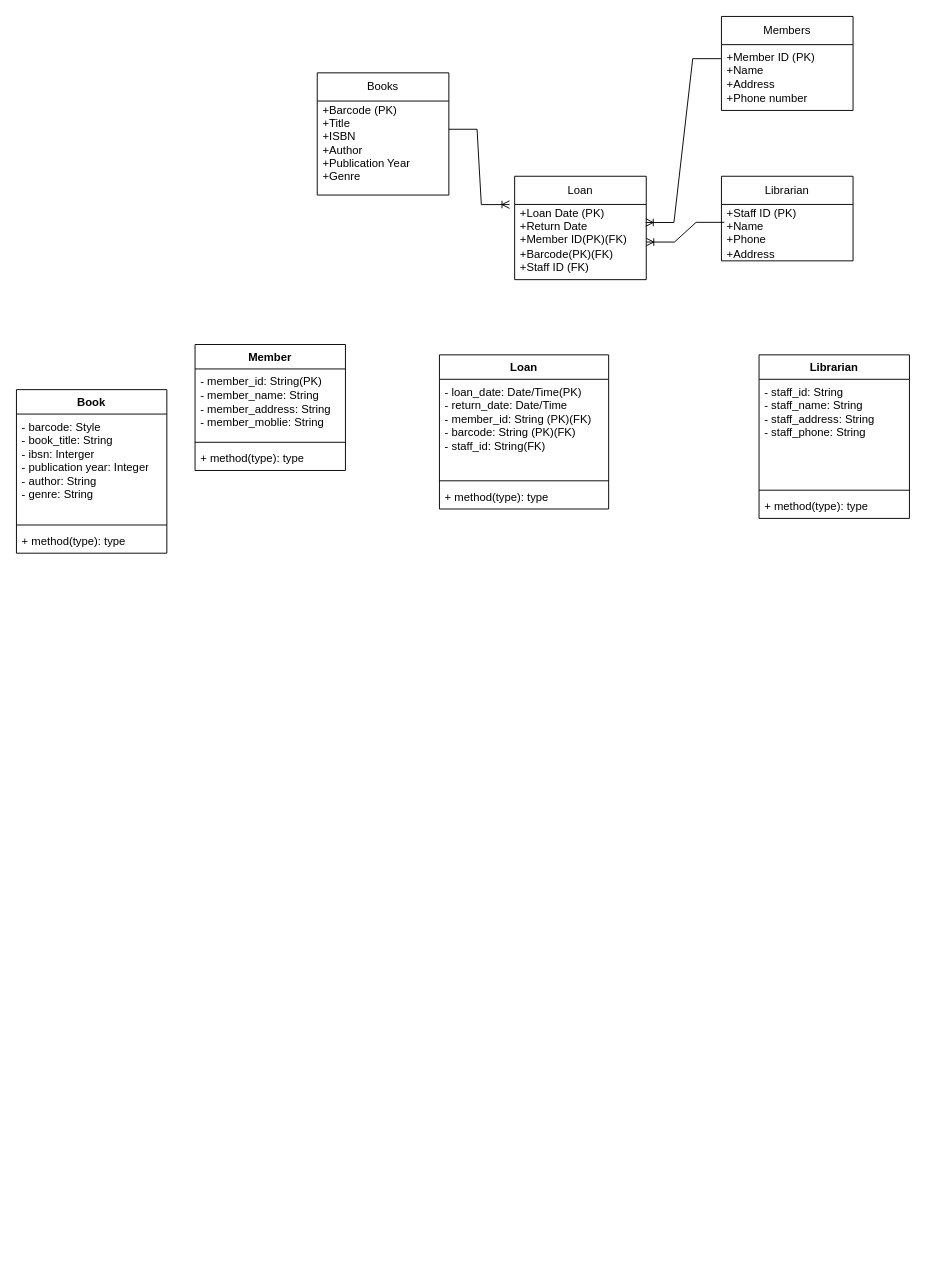
Before: Library.drawio in Colorata-07/at1, a draw.io diagram. Source tidied: cells renumbered, new cells numbered last; positions are measured from the earlier drawing's top-left corner, leaving out a move shared by most shapes. Both pictures are drawn from the tidied source at 94%, with x=0, y=0 at pixel (16, 16).
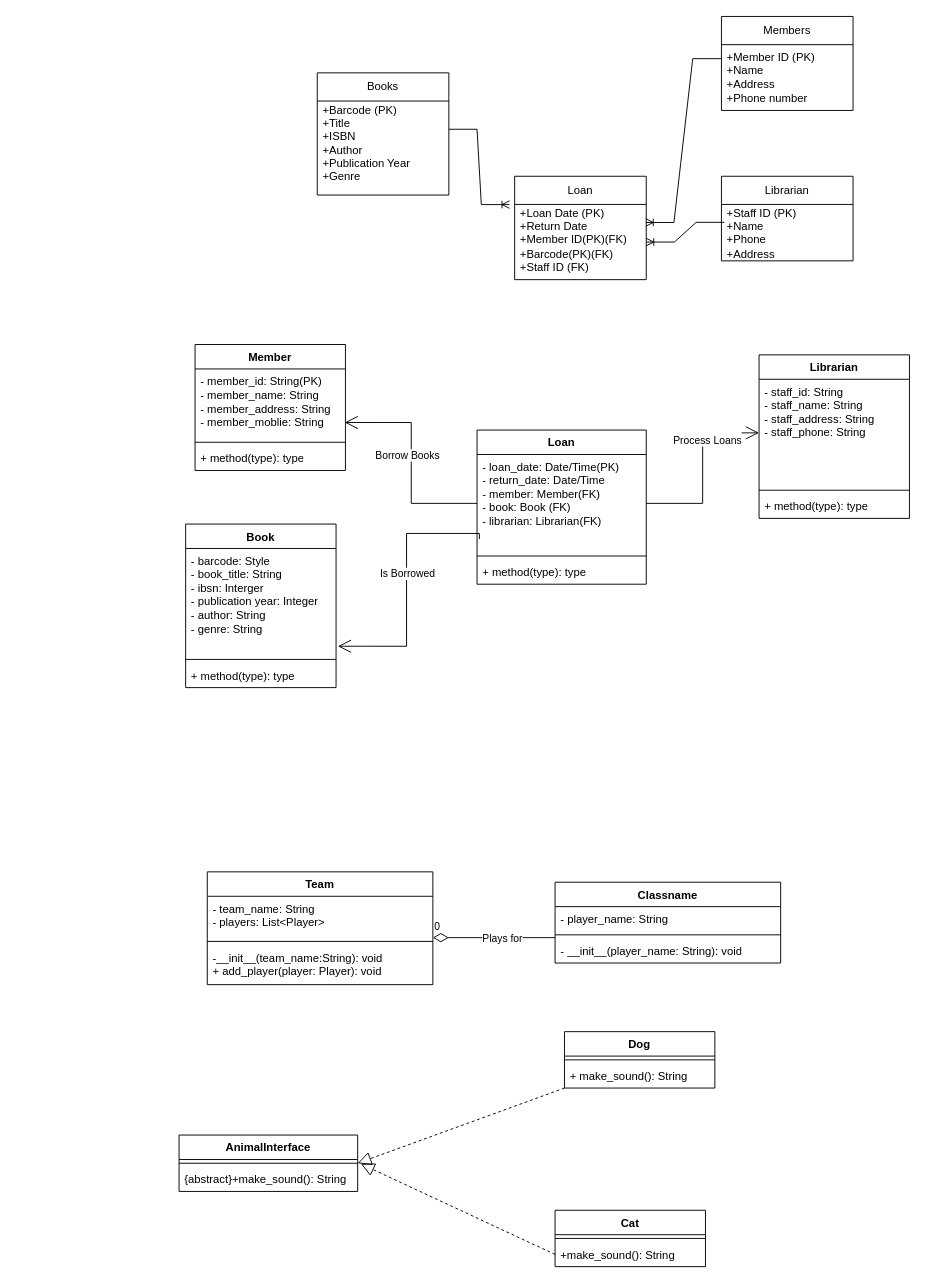
The same diagram, later.

The change refers to these unchanged cells:
```xml
<mxCell id="18" value="- member_id: String(PK)&lt;div&gt;- member_name: String&lt;/div&gt;&lt;div&gt;- member_address: String&lt;/div&gt;&lt;div&gt;- member_moblie: String&lt;/div&gt;" style="text;strokeColor=none;fillColor=none;align=left;verticalAlign=top;spacingLeft=4;spacingRight=4;overflow=hidden;points=[[0,0.5],[1,0.5]];portConstraint=eastwest;whiteSpace=wrap;html=1;" parent="17" vertex="1">
  <mxGeometry y="26" width="160" height="74" as="geometry" />
</mxCell>
<mxCell id="22" value="- staff_id: String&lt;div&gt;- staff_name: String&lt;/div&gt;&lt;div&gt;- staff_address: String&lt;/div&gt;&lt;div&gt;- staff_phone: String&lt;/div&gt;&lt;div&gt;&lt;br&gt;&lt;/div&gt;" style="text;strokeColor=none;fillColor=none;align=left;verticalAlign=top;spacingLeft=4;spacingRight=4;overflow=hidden;points=[[0,0.5],[1,0.5]];portConstraint=eastwest;whiteSpace=wrap;html=1;" parent="21" vertex="1">
  <mxGeometry y="26" width="160" height="114" as="geometry" />
</mxCell>
<mxCell id="26" value="- barcode: Style&lt;div&gt;- book_title: String&lt;/div&gt;&lt;div&gt;- ibsn: Interger&lt;/div&gt;&lt;div&gt;- publication year: Integer&lt;/div&gt;&lt;div&gt;- author: String&lt;/div&gt;&lt;div&gt;- genre: String&lt;br&gt;&lt;div&gt;&lt;br&gt;&lt;/div&gt;&lt;/div&gt;" style="text;strokeColor=none;fillColor=none;align=left;verticalAlign=top;spacingLeft=4;spacingRight=4;overflow=hidden;points=[[0,0.5],[1,0.5]];portConstraint=eastwest;whiteSpace=wrap;html=1;" parent="25" vertex="1">
  <mxGeometry y="26" width="160" height="114" as="geometry" />
</mxCell>
```

Diff of the diagram source:
```diff
@@
     <mxCell id="13" value="Loan" style="swimlane;fontStyle=1;align=center;verticalAlign=top;horizontal=1;startSize=26;whiteSpace=wrap;html=1;" parent="1" vertex="1">
-      <mxGeometry x="450" y="360" width="180" height="164" as="geometry" />
+      <mxGeometry x="490" y="440" width="180" height="164" as="geometry" />
     </mxCell>
-    <mxCell id="14" value="- loan_date: Date/Time(PK)&lt;div&gt;- return_date: Date/Time&lt;/div&gt;&lt;div&gt;- member_id: String (PK)(FK)&lt;/div&gt;&lt;div&gt;- barcode: String (PK)(FK)&lt;/div&gt;&lt;div&gt;- staff_id: String(FK)&lt;/div&gt;&lt;div&gt;&lt;br&gt;&lt;/div&gt;" style="text;strokeColor=none;fillColor=none;align=left;verticalAlign=top;spacingLeft=4;spacingRight=4;overflow=hidden;points=[[0,0.5],[1,0.5]];portConstraint=eastwest;whiteSpace=wrap;html=1;" parent="13" vertex="1">
+    <mxCell id="14" value="- loan_date: Date/Time(PK)&lt;div&gt;- return_date: Date/Time&lt;/div&gt;&lt;div&gt;- member: Member(FK)&lt;/div&gt;&lt;div&gt;- book: Book (FK)&lt;/div&gt;&lt;div&gt;- librarian: Librarian(FK)&lt;/div&gt;&lt;div&gt;&lt;br&gt;&lt;/div&gt;" style="text;strokeColor=none;fillColor=none;align=left;verticalAlign=top;spacingLeft=4;spacingRight=4;overflow=hidden;points=[[0,0.5],[1,0.5]];portConstraint=eastwest;whiteSpace=wrap;html=1;" parent="13" vertex="1">
       <mxGeometry y="26" width="180" height="104" as="geometry" />
     </mxCell>
@@
     <mxCell id="25" value="Book" style="swimlane;fontStyle=1;align=center;verticalAlign=top;horizontal=1;startSize=26;whiteSpace=wrap;html=1;" parent="1" vertex="1">
-      <mxGeometry y="397" width="160" height="174" as="geometry" />
+      <mxGeometry x="180" y="540" width="160" height="174" as="geometry" />
     </mxCell>
@@
+    <mxCell id="29" style="endArrow=open;endFill=1;endSize=12;html=1;rounded=0;entryX=0.995;entryY=0.77;entryDx=0;entryDy=0;entryPerimeter=0;edgeStyle=orthogonalEdgeStyle;" parent="1" edge="1" source="14" target="18">
+      <mxGeometry relative="1" as="geometry" />
+    </mxCell>
+    <mxCell id="30" value="Borrow Books" style="edgeLabel;html=1;align=center;verticalAlign=middle;" parent="29" vertex="1">
+      <mxGeometry x="0.08" y="5" relative="1" as="geometry" />
+    </mxCell>
+    <mxCell id="31" style="endArrow=open;endFill=1;endSize=12;html=1;rounded=0;entryX=1.012;entryY=0.912;entryDx=0;entryDy=0;entryPerimeter=0;exitX=0.014;exitY=0.865;exitDx=0;exitDy=0;exitPerimeter=0;edgeStyle=orthogonalEdgeStyle;" parent="1" edge="1" source="14" target="26">
+      <mxGeometry relative="1" as="geometry">
+        <Array as="points">
+          <mxPoint x="492" y="550" />
+          <mxPoint x="415" y="550" />
+          <mxPoint x="415" y="670" />
+        </Array>
+      </mxGeometry>
+    </mxCell>
+    <mxCell id="32" value="Is Borrowed" style="edgeLabel;html=1;align=center;verticalAlign=middle;" parent="31" vertex="1">
+      <mxGeometry x="-0.09" relative="1" as="geometry" />
+    </mxCell>
+    <mxCell id="33" style="endArrow=open;endFill=1;endSize=12;html=1;rounded=0;entryX=0;entryY=0.5;entryDx=0;entryDy=0;edgeStyle=orthogonalEdgeStyle;" parent="1" edge="1" source="14" target="22">
+      <mxGeometry relative="1" as="geometry" />
+    </mxCell>
+    <mxCell id="34" value="&lt;br&gt;Process Loans" style="edgeLabel;html=1;align=center;verticalAlign=middle;" parent="33" vertex="1">
+      <mxGeometry x="0.43" relative="1" as="geometry" />
+    </mxCell>
+    <mxCell id="35" value="Team" style="swimlane;fontStyle=1;align=center;verticalAlign=top;horizontal=1;startSize=26;whiteSpace=wrap;html=1;" parent="1" vertex="1">
+      <mxGeometry x="203" y="910" width="240" height="120" as="geometry" />
+    </mxCell>
+    <mxCell id="36" value="- team_name: String&lt;div&gt;- players: List&amp;lt;Player&amp;gt;&lt;/div&gt;" style="text;strokeColor=none;fillColor=none;align=left;verticalAlign=top;spacingLeft=4;spacingRight=4;overflow=hidden;whiteSpace=wrap;html=1;" parent="35" vertex="1">
+      <mxGeometry y="26" width="240" height="44" as="geometry" />
+    </mxCell>
+    <mxCell id="37" style="line;strokeWidth=1;fillColor=none;align=left;verticalAlign=middle;spacingTop=-1;spacingLeft=3;spacingRight=3;labelPosition=right;strokeColor=inherit;" parent="35" vertex="1">
+      <mxGeometry y="70" width="240" height="8" as="geometry" />
+    </mxCell>
+    <mxCell id="38" value="-__init__(team_name:String): void&lt;div&gt;+ add_player(player: Player): void&lt;/div&gt;" style="text;strokeColor=none;fillColor=none;align=left;verticalAlign=top;spacingLeft=4;spacingRight=4;overflow=hidden;whiteSpace=wrap;html=1;" parent="35" vertex="1">
+      <mxGeometry y="78" width="240" height="42" as="geometry" />
+    </mxCell>
+    <mxCell id="39" value="Classname" style="swimlane;fontStyle=1;align=center;verticalAlign=top;horizontal=1;startSize=26;whiteSpace=wrap;html=1;" parent="1" vertex="1">
+      <mxGeometry x="573" y="921" width="240" height="86" as="geometry" />
+    </mxCell>
+    <mxCell id="40" value="- player_name: String" style="text;strokeColor=none;fillColor=none;align=left;verticalAlign=top;spacingLeft=4;spacingRight=4;overflow=hidden;whiteSpace=wrap;html=1;" parent="39" vertex="1">
+      <mxGeometry y="26" width="240" height="26" as="geometry" />
+    </mxCell>
+    <mxCell id="41" style="line;strokeWidth=1;fillColor=none;align=left;verticalAlign=middle;spacingTop=-1;spacingLeft=3;spacingRight=3;labelPosition=right;strokeColor=inherit;" parent="39" vertex="1">
+      <mxGeometry y="52" width="240" height="8" as="geometry" />
+    </mxCell>
+    <mxCell id="42" value="- __init__(player_name: String): void" style="text;strokeColor=none;fillColor=none;align=left;verticalAlign=top;spacingLeft=4;spacingRight=4;overflow=hidden;whiteSpace=wrap;html=1;" parent="39" vertex="1">
+      <mxGeometry y="60" width="240" height="26" as="geometry" />
+    </mxCell>
+    <mxCell id="43" value="0" style="endArrow=none;html=1;endSize=12;startArrow=diamondThin;startSize=14;startFill=0;edgeStyle=orthogonalEdgeStyle;align=left;verticalAlign=bottom;rounded=0;endFill=0;" parent="1" edge="1">
+      <mxGeometry x="-1" y="3" relative="1" as="geometry">
+        <mxPoint x="443" y="980" as="sourcePoint" />
+        <mxPoint x="573" y="980" as="targetPoint" />
+      </mxGeometry>
+    </mxCell>
+    <mxCell id="44" value="Plays for" style="edgeLabel;html=1;align=center;verticalAlign=middle;" parent="43" vertex="1">
+      <mxGeometry x="0.13" relative="1" as="geometry" />
+    </mxCell>
+    <mxCell id="45" value="AnimalInterface" style="swimlane;fontStyle=1;align=center;verticalAlign=top;horizontal=1;startSize=26;whiteSpace=wrap;html=1;" parent="1" vertex="1">
+      <mxGeometry x="173" y="1190" width="190" height="60" as="geometry" />
+    </mxCell>
+    <mxCell id="46" style="line;strokeWidth=1;fillColor=none;align=left;verticalAlign=middle;spacingTop=-1;spacingLeft=3;spacingRight=3;labelPosition=right;strokeColor=inherit;" parent="45" vertex="1">
+      <mxGeometry y="26" width="190" height="8" as="geometry" />
+    </mxCell>
+    <mxCell id="47" value="{abstract}+make_sound(): String" style="text;strokeColor=none;fillColor=none;align=left;verticalAlign=top;spacingLeft=4;spacingRight=4;overflow=hidden;points=[[0,0.5],[1,0.5]];portConstraint=eastwest;whiteSpace=wrap;html=1;" parent="45" vertex="1">
+      <mxGeometry y="34" width="190" height="26" as="geometry" />
+    </mxCell>
+    <mxCell id="48" value="Dog" style="swimlane;fontStyle=1;align=center;verticalAlign=top;horizontal=1;startSize=26;whiteSpace=wrap;html=1;" parent="1" vertex="1">
+      <mxGeometry x="583" y="1080" width="160" height="60" as="geometry" />
+    </mxCell>
+    <mxCell id="49" style="line;strokeWidth=1;fillColor=none;align=left;verticalAlign=middle;spacingTop=-1;spacingLeft=3;spacingRight=3;labelPosition=right;strokeColor=inherit;" parent="48" vertex="1">
+      <mxGeometry y="26" width="160" height="8" as="geometry" />
+    </mxCell>
+    <mxCell id="50" style="endArrow=block;dashed=1;endFill=0;endSize=12;html=1;rounded=0;entryX=1;entryY=0.5;entryDx=0;entryDy=0;" parent="48" edge="1" target="45">
+      <mxGeometry relative="1" as="geometry">
+        <mxPoint y="60" as="sourcePoint" />
+      </mxGeometry>
+    </mxCell>
+    <mxCell id="51" value="+ make_sound(): String" style="text;strokeColor=none;fillColor=none;align=left;verticalAlign=top;spacingLeft=4;spacingRight=4;overflow=hidden;whiteSpace=wrap;html=1;" parent="48" vertex="1">
+      <mxGeometry y="34" width="160" height="26" as="geometry" />
+    </mxCell>
+    <mxCell id="52" value="Cat" style="swimlane;fontStyle=1;align=center;verticalAlign=top;horizontal=1;startSize=26;whiteSpace=wrap;html=1;" parent="1" vertex="1">
+      <mxGeometry x="573" y="1270" width="160" height="60" as="geometry" />
+    </mxCell>
+    <mxCell id="53" style="line;strokeWidth=1;fillColor=none;align=left;verticalAlign=middle;spacingTop=-1;spacingLeft=3;spacingRight=3;labelPosition=right;strokeColor=inherit;" parent="52" vertex="1">
+      <mxGeometry y="26" width="160" height="8" as="geometry" />
+    </mxCell>
+    <mxCell id="54" value="+make_sound(): String" style="text;strokeColor=none;fillColor=none;align=left;verticalAlign=top;spacingLeft=4;spacingRight=4;overflow=hidden;points=[[0,0.5],[1,0.5]];portConstraint=eastwest;whiteSpace=wrap;html=1;" parent="52" vertex="1">
+      <mxGeometry y="34" width="160" height="26" as="geometry" />
+    </mxCell>
+    <mxCell id="55" style="endArrow=block;dashed=1;endFill=0;endSize=12;html=1;rounded=0;entryX=1.018;entryY=-0.128;entryDx=0;entryDy=0;entryPerimeter=0;exitX=0;exitY=0.5;exitDx=0;exitDy=0;" parent="1" edge="1" source="54" target="47">
+      <mxGeometry relative="1" as="geometry" />
+    </mxCell>
```
